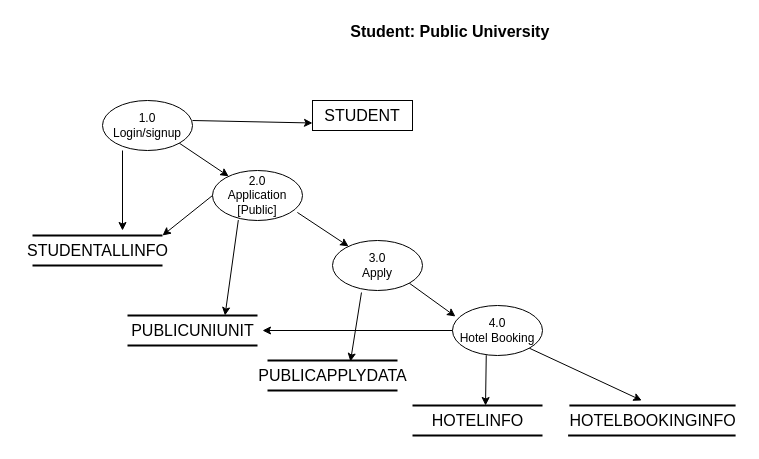
The draw.io diagram dataFlow_diagram_uas(public).drawio in SabiulSabit/UML-Diagram-For-Project, before the edit. Source tidied: cells renumbered, new cells numbered last; positions are measured from the earlier drawing's top-left corner, leaving out a move shared by most shapes. Both pictures are drawn from the tidied source at 100%, with x=0, y=0 at pixel (17, 21).
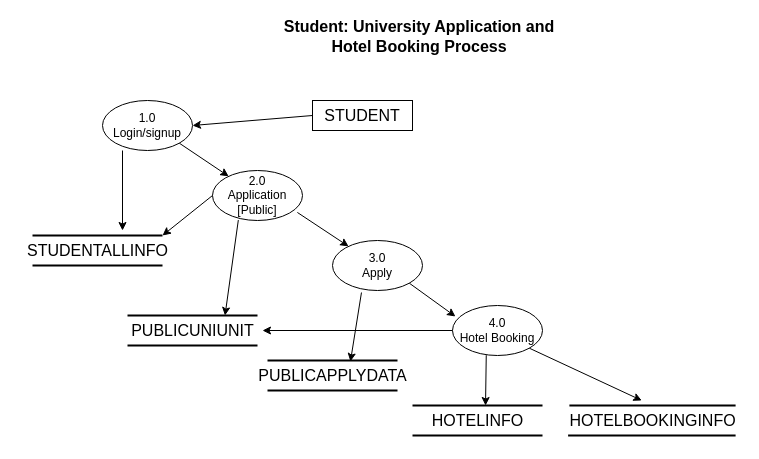
Above is the later version.

Unchanged cells that the change refers to:
```xml
<mxCell id="2" value="1.0&lt;br&gt;Login/signup" style="ellipse;whiteSpace=wrap;html=1;" parent="1" vertex="1">
  <mxGeometry x="85" y="79" width="90" height="50" as="geometry" />
</mxCell>
<mxCell id="8" value="STUDENT" style="rounded=0;whiteSpace=wrap;html=1;fontSize=16;" parent="1" vertex="1">
  <mxGeometry x="295" y="79" width="100" height="30" as="geometry" />
</mxCell>
```

The edit, as a diff of the source:
```diff
@@
-    <mxCell id="3" value="Student: Public University&amp;nbsp;" style="text;html=1;strokeColor=none;fillColor=none;align=center;verticalAlign=middle;whiteSpace=wrap;rounded=0;fontSize=16;fontStyle=1;" parent="1" vertex="1">
-      <mxGeometry x="315" width="240" height="20" as="geometry" />
+    <mxCell id="3" value="Student: University Application and Hotel Booking Process" style="text;html=1;strokeColor=none;fillColor=none;align=center;verticalAlign=middle;whiteSpace=wrap;rounded=0;fontSize=16;fontStyle=1;" parent="1" vertex="1">
+      <mxGeometry x="251.9" width="300" height="29" as="geometry" />
     </mxCell>
@@
-    <mxCell id="34" style="endArrow=classic;html=1;fontSize=16;exitX=1;exitY=0.4;exitDx=0;exitDy=0;exitPerimeter=0;entryX=0;entryY=0.75;entryDx=0;entryDy=0;" parent="1" edge="1" source="2" target="8">
+    <mxCell id="34" style="endArrow=classic;html=1;fontSize=16;entryX=1;entryY=0.5;entryDx=0;entryDy=0;exitX=0;exitY=0.5;exitDx=0;exitDy=0;" parent="1" edge="1" source="8" target="2">
       <mxGeometry relative="1" as="geometry" />
     </mxCell>
```
